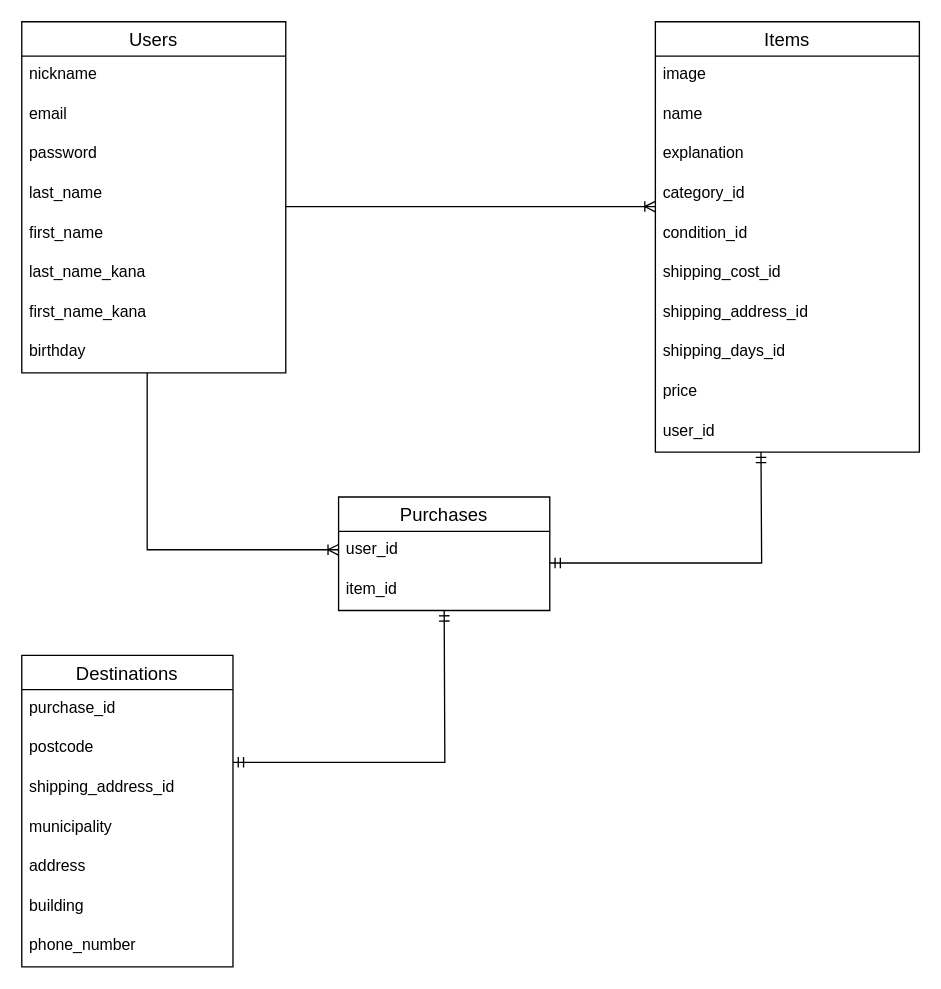
Before: furima-38422.dio in moya-shi/furima-38422, a draw.io diagram. Source tidied: cells renumbered, new cells numbered last; positions are measured from the earlier drawing's top-left corner, leaving out a move shared by most shapes. Both pictures are drawn from the tidied source at 132%, with x=0, y=0 at pixel (21, 21).
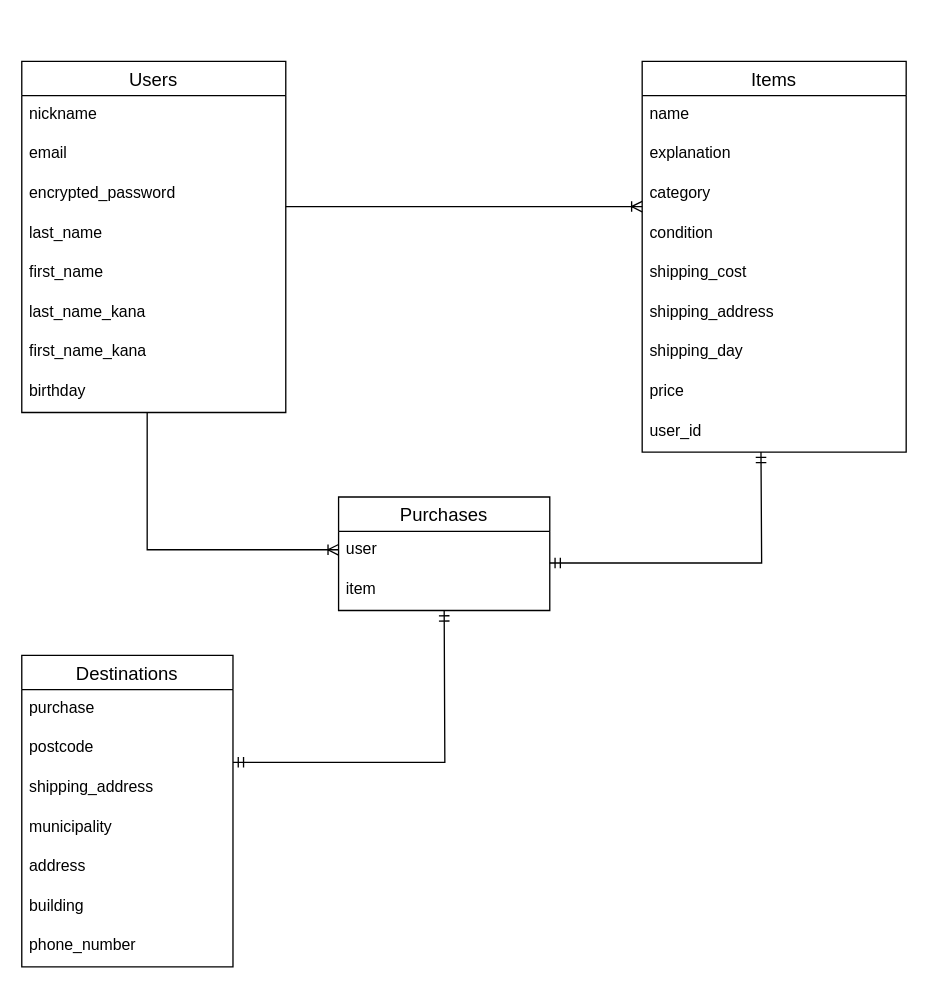
The same diagram, later.

Commit message (it also covers changes not shown here):
データベース設計（修正2回目）

Unchanged cells that the change refers to:
```xml
<mxCell id="2" value="Purchases" style="swimlane;fontStyle=0;horizontal=1;startSize=26;align=center;fontSize=14;" parent="1" vertex="1">
  <mxGeometry x="240" y="360" width="160" height="86" as="geometry" />
</mxCell>
<mxCell id="5" value="Destinations" style="swimlane;fontStyle=0;horizontal=1;startSize=26;align=center;fontSize=14;" parent="1" vertex="1">
  <mxGeometry y="480" width="160" height="236" as="geometry" />
</mxCell>
```

The edit, as a diff of the source:
```diff
@@
-    <mxCell id="3" value="user_id" style="text;strokeColor=none;fillColor=none;spacingLeft=4;spacingRight=4;overflow=hidden;points=[[0,0.5],[1,0.5]];portConstraint=eastwest;fontSize=12;" parent="2" vertex="1">
+    <mxCell id="3" value="user" style="text;strokeColor=none;fillColor=none;spacingLeft=4;spacingRight=4;overflow=hidden;points=[[0,0.5],[1,0.5]];portConstraint=eastwest;fontSize=12;" parent="2" vertex="1">
       <mxGeometry y="26" width="160" height="30" as="geometry" />
     </mxCell>
-    <mxCell id="4" value="item_id" style="text;strokeColor=none;fillColor=none;spacingLeft=4;spacingRight=4;overflow=hidden;fontSize=12;" parent="2" vertex="1">
+    <mxCell id="4" value="item" style="text;strokeColor=none;fillColor=none;spacingLeft=4;spacingRight=4;overflow=hidden;fontSize=12;" parent="2" vertex="1">
       <mxGeometry y="56" width="160" height="30" as="geometry" />
     </mxCell>
@@
-    <mxCell id="6" value="purchase_id" style="text;strokeColor=none;fillColor=none;spacingLeft=4;spacingRight=4;overflow=hidden;fontSize=12;" parent="5" vertex="1">
+    <mxCell id="6" value="purchase" style="text;strokeColor=none;fillColor=none;spacingLeft=4;spacingRight=4;overflow=hidden;fontSize=12;" parent="5" vertex="1">
       <mxGeometry y="26" width="160" height="30" as="geometry" />
     </mxCell>
@@
-    <mxCell id="8" value="shipping_address_id" style="text;strokeColor=none;fillColor=none;spacingLeft=4;spacingRight=4;overflow=hidden;fontSize=12;" parent="5" vertex="1">
+    <mxCell id="8" value="shipping_address" style="text;strokeColor=none;fillColor=none;spacingLeft=4;spacingRight=4;overflow=hidden;fontSize=12;" parent="5" vertex="1">
       <mxGeometry y="86" width="160" height="30" as="geometry" />
     </mxCell>
@@
     <mxCell id="13" value="Items" style="swimlane;fontStyle=0;horizontal=1;startSize=26;align=center;fontSize=14;" parent="1" vertex="1">
-      <mxGeometry x="480" width="200" height="326" as="geometry" />
+      <mxGeometry x="470" y="30" width="200" height="296" as="geometry" />
     </mxCell>
-    <mxCell id="14" value="image" style="text;strokeColor=none;fillColor=none;spacingLeft=4;spacingRight=4;overflow=hidden;fontSize=12;" parent="13" vertex="1">
-      <mxGeometry y="26" width="200" height="30" as="geometry" />
-    </mxCell>
     <mxCell id="15" value="name" style="text;strokeColor=none;fillColor=none;spacingLeft=4;spacingRight=4;overflow=hidden;fontSize=12;" parent="13" vertex="1">
-      <mxGeometry y="56" width="200" height="30" as="geometry" />
+      <mxGeometry y="26" width="200" height="30" as="geometry" />
     </mxCell>
     <mxCell id="16" value="explanation" style="text;strokeColor=none;fillColor=none;spacingLeft=4;spacingRight=4;overflow=hidden;fontSize=12;" parent="13" vertex="1">
-      <mxGeometry y="86" width="200" height="30" as="geometry" />
+      <mxGeometry y="56" width="200" height="30" as="geometry" />
     </mxCell>
-    <mxCell id="17" value="category_id" style="text;strokeColor=none;fillColor=none;spacingLeft=4;spacingRight=4;overflow=hidden;points=[[0,0.5],[1,0.5]];portConstraint=eastwest;fontSize=12;" parent="13" vertex="1">
-      <mxGeometry y="116" width="200" height="30" as="geometry" />
+    <mxCell id="17" value="category" style="text;strokeColor=none;fillColor=none;spacingLeft=4;spacingRight=4;overflow=hidden;points=[[0,0.5],[1,0.5]];portConstraint=eastwest;fontSize=12;" parent="13" vertex="1">
+      <mxGeometry y="86" width="200" height="30" as="geometry" />
     </mxCell>
-    <mxCell id="18" value="condition_id" style="text;strokeColor=none;fillColor=none;spacingLeft=4;spacingRight=4;overflow=hidden;fontSize=12;" parent="13" vertex="1">
-      <mxGeometry y="146" width="200" height="30" as="geometry" />
+    <mxCell id="18" value="condition" style="text;strokeColor=none;fillColor=none;spacingLeft=4;spacingRight=4;overflow=hidden;fontSize=12;" parent="13" vertex="1">
+      <mxGeometry y="116" width="200" height="30" as="geometry" />
     </mxCell>
-    <mxCell id="19" value="shipping_cost_id" style="text;strokeColor=none;fillColor=none;spacingLeft=4;spacingRight=4;overflow=hidden;fontSize=12;" parent="13" vertex="1">
-      <mxGeometry y="176" width="200" height="30" as="geometry" />
+    <mxCell id="19" value="shipping_cost" style="text;strokeColor=none;fillColor=none;spacingLeft=4;spacingRight=4;overflow=hidden;fontSize=12;" parent="13" vertex="1">
+      <mxGeometry y="146" width="200" height="30" as="geometry" />
     </mxCell>
-    <mxCell id="20" value="shipping_address_id" style="text;strokeColor=none;fillColor=none;spacingLeft=4;spacingRight=4;overflow=hidden;fontSize=12;" parent="13" vertex="1">
-      <mxGeometry y="206" width="200" height="30" as="geometry" />
+    <mxCell id="20" value="shipping_address" style="text;strokeColor=none;fillColor=none;spacingLeft=4;spacingRight=4;overflow=hidden;fontSize=12;" parent="13" vertex="1">
+      <mxGeometry y="176" width="200" height="30" as="geometry" />
     </mxCell>
-    <mxCell id="21" value="shipping_days_id" style="text;strokeColor=none;fillColor=none;spacingLeft=4;spacingRight=4;overflow=hidden;fontSize=12;" parent="13" vertex="1">
-      <mxGeometry y="236" width="200" height="30" as="geometry" />
+    <mxCell id="21" value="shipping_day" style="text;strokeColor=none;fillColor=none;spacingLeft=4;spacingRight=4;overflow=hidden;fontSize=12;" parent="13" vertex="1">
+      <mxGeometry y="206" width="200" height="30" as="geometry" />
     </mxCell>
     <mxCell id="22" value="price" style="text;strokeColor=none;fillColor=none;spacingLeft=4;spacingRight=4;overflow=hidden;fontSize=12;" parent="13" vertex="1">
-      <mxGeometry y="266" width="200" height="30" as="geometry" />
+      <mxGeometry y="236" width="200" height="30" as="geometry" />
     </mxCell>
     <mxCell id="23" value="user_id" style="text;strokeColor=none;fillColor=none;spacingLeft=4;spacingRight=4;overflow=hidden;fontSize=12;" parent="13" vertex="1">
-      <mxGeometry y="296" width="200" height="30" as="geometry" />
+      <mxGeometry y="266" width="200" height="30" as="geometry" />
     </mxCell>
     <mxCell id="24" value="Users" style="swimlane;fontStyle=0;horizontal=1;startSize=26;align=center;fontSize=14;" parent="1" vertex="1">
-      <mxGeometry width="200" height="266" as="geometry" />
+      <mxGeometry y="30" width="200" height="266" as="geometry" />
     </mxCell>
@@
-    <mxCell id="27" value="password" style="text;strokeColor=none;fillColor=none;spacingLeft=4;spacingRight=4;overflow=hidden;fontSize=12;" parent="24" vertex="1">
+    <mxCell id="27" value="encrypted_password" style="text;strokeColor=none;fillColor=none;spacingLeft=4;spacingRight=4;overflow=hidden;fontSize=12;" parent="24" vertex="1">
       <mxGeometry y="86" width="200" height="30" as="geometry" />
     </mxCell>
@@
-    <mxCell id="33" style="edgeStyle=entityRelationEdgeStyle;fontSize=12;html=1;endArrow=ERoneToMany;entryX=0;entryY=0.8;entryDx=0;entryDy=0;entryPerimeter=0;" parent="1" edge="1" target="17">
+    <mxCell id="33" style="edgeStyle=entityRelationEdgeStyle;fontSize=12;html=1;endArrow=ERoneToMany;" parent="1" edge="1">
       <mxGeometry relative="1" as="geometry">
         <mxPoint x="200" y="140" as="sourcePoint" />
+        <mxPoint x="470" y="140" as="targetPoint" />
       </mxGeometry>
     </mxCell>
```
